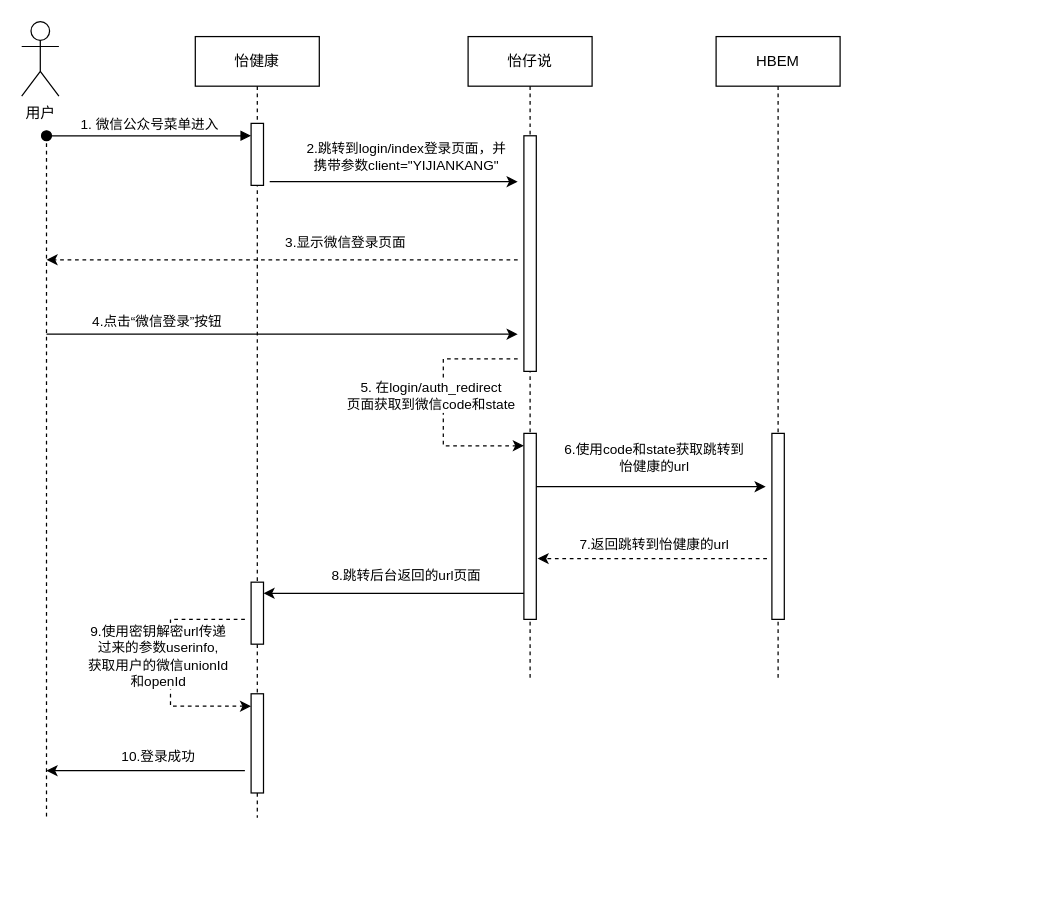
Above: 怡健康使用怡仔说微信登录流程.drawio in KQLei/diagrams (draw.io), before the change. Source tidied: cells renumbered, new cells numbered last; positions are measured from the earlier drawing's top-left corner, leaving out a move shared by most shapes. Both pictures are drawn from the tidied source at 124%, with x=0, y=0 at pixel (21, 21).
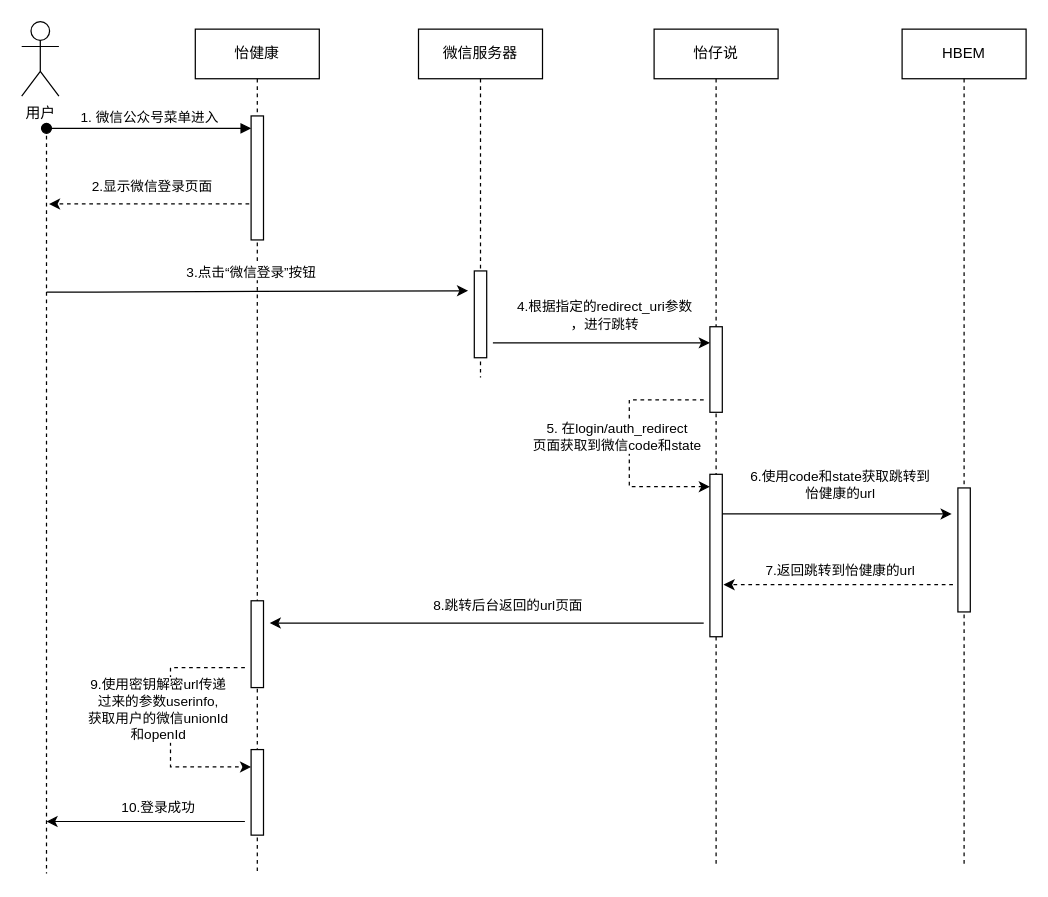
Above is the later version.

Commit message (it also covers changes not shown here):
更新怡健康使用怡仔说微信登录流程.drawio

Change to the diagram source:
```diff
@@
     <mxCell id="2" value="怡仔说" style="shape=umlLifeline;perimeter=lifelinePerimeter;whiteSpace=wrap;html=1;newEdgeStyle={&quot;edgeStyle&quot;:&quot;elbowEdgeStyle&quot;,&quot;elbow&quot;:&quot;vertical&quot;,&quot;curved&quot;:0,&quot;rounded&quot;:0};" parent="1" vertex="1">
-      <mxGeometry x="360" y="12" width="100" height="520" as="geometry" />
+      <mxGeometry x="510" y="6" width="100" height="675" as="geometry" />
     </mxCell>
     <mxCell id="3" style="html=1;points=[];perimeter=orthogonalPerimeter;outlineConnect=0;targetShapes=umlLifeline;portConstraint=eastwest;newEdgeStyle={&quot;edgeStyle&quot;:&quot;elbowEdgeStyle&quot;,&quot;elbow&quot;:&quot;vertical&quot;,&quot;curved&quot;:0,&quot;rounded&quot;:0};" parent="2" vertex="1">
-      <mxGeometry x="45" y="80" width="10" height="190" as="geometry" />
+      <mxGeometry x="45" y="240" width="10" height="69" as="geometry" />
     </mxCell>
     <mxCell id="4" style="html=1;points=[];perimeter=orthogonalPerimeter;outlineConnect=0;targetShapes=umlLifeline;portConstraint=eastwest;newEdgeStyle={&quot;edgeStyle&quot;:&quot;elbowEdgeStyle&quot;,&quot;elbow&quot;:&quot;vertical&quot;,&quot;curved&quot;:0,&quot;rounded&quot;:0};" parent="2" vertex="1">
-      <mxGeometry x="45" y="320" width="10" height="150" as="geometry" />
+      <mxGeometry x="45" y="359" width="10" height="131" as="geometry" />
     </mxCell>
     <mxCell id="5" value="5. 在login/auth_redirect&lt;br&gt;页面获取到微信code和state" style="endArrow=classic;html=1;rounded=0;dashed=1;" parent="2" edge="1" target="4">
       <mxGeometry x="-0.08" y="-10" relative="1" as="geometry">
-        <mxPoint x="40" y="260" as="sourcePoint" />
+        <mxPoint x="40" y="299" as="sourcePoint" />
         <Array as="points">
-          <mxPoint x="-20" y="260" />
-          <mxPoint x="-20" y="290" />
-          <mxPoint x="-20" y="330" />
+          <mxPoint x="-20" y="299" />
+          <mxPoint x="-20" y="329" />
+          <mxPoint x="-20" y="369" />
         </Array>
       </mxGeometry>
     </mxCell>
     <mxCell id="6" value="HBEM" style="shape=umlLifeline;perimeter=lifelinePerimeter;whiteSpace=wrap;html=1;newEdgeStyle={&quot;edgeStyle&quot;:&quot;elbowEdgeStyle&quot;,&quot;elbow&quot;:&quot;vertical&quot;,&quot;curved&quot;:0,&quot;rounded&quot;:0};" parent="1" vertex="1">
-      <mxGeometry x="560" y="12" width="100" height="520" as="geometry" />
+      <mxGeometry x="710" y="6" width="100" height="675" as="geometry" />
     </mxCell>
     <mxCell id="7" style="html=1;perimeter=orthogonalPerimeter;targetShapes=umlLifeline;newEdgeStyle={&quot;edgeStyle&quot;:&quot;elbowEdgeStyle&quot;,&quot;elbow&quot;:&quot;vertical&quot;,&quot;curved&quot;:0,&quot;rounded&quot;:0};" parent="6" vertex="1">
-      <mxGeometry x="45" y="320" width="10" height="150" as="geometry" />
+      <mxGeometry x="45" y="370" width="10" height="100" as="geometry" />
     </mxCell>
     <mxCell id="8" style="edgeStyle=orthogonalEdgeStyle;rounded=0;orthogonalLoop=1;jettySize=auto;html=1;dashed=1;endArrow=none;endFill=0;" parent="1" edge="1">
       <mxGeometry relative="1" as="geometry">
         <mxPoint x="20" y="92" as="sourcePoint" />
-        <mxPoint x="20" y="642" as="targetPoint" />
+        <mxPoint x="20" y="687" as="targetPoint" />
       </mxGeometry>
     </mxCell>
@@
-    <mxCell id="10" style="endArrow=classic;html=1;rounded=0;dashed=1;" parent="1" edge="1">
+    <mxCell id="10" style="endArrow=classic;html=1;rounded=0;dashed=1;" parent="1" edge="1" source="13">
       <mxGeometry relative="1" as="geometry">
-        <mxPoint x="400" y="192" as="sourcePoint" />
-        <mxPoint x="20" y="192" as="targetPoint" />
+        <mxPoint x="22" y="147" as="targetPoint" />
       </mxGeometry>
     </mxCell>
-    <mxCell id="11" value="3.显示微信登录页面" style="edgeLabel;html=1;align=center;verticalAlign=middle;" parent="10" vertex="1">
+    <mxCell id="11" value="2.显示微信登录页面" style="edgeLabel;html=1;align=center;verticalAlign=middle;" parent="10" vertex="1">
       <mxGeometry x="-0.48" y="-4" relative="1" as="geometry">
         <mxPoint x="-41" y="-11" as="offset" />
       </mxGeometry>
     </mxCell>
-    <mxCell id="12" value="2.跳转到login/index登录页面，并&lt;br&gt;携带参数client=&quot;YIJIANKANG&quot;" style="endArrow=classic;html=1;rounded=0;" parent="1" edge="1">
-      <mxGeometry x="0.1" y="20" relative="1" as="geometry">
-        <mxPoint x="200" y="129" as="sourcePoint" />
-        <mxPoint x="400" y="129" as="targetPoint" />
-        <Array as="points">
-          <mxPoint x="290" y="129" />
-        </Array>
-      </mxGeometry>
-    </mxCell>
     <mxCell id="13" value="怡健康" style="shape=umlLifeline;perimeter=lifelinePerimeter;whiteSpace=wrap;html=1;outlineConnect=0;portConstraint=eastwest;newEdgeStyle={&quot;edgeStyle&quot;:&quot;elbowEdgeStyle&quot;,&quot;elbow&quot;:&quot;vertical&quot;,&quot;curved&quot;:0,&quot;rounded&quot;:0};" parent="1" vertex="1">
-      <mxGeometry x="140" y="12" width="100" height="630" as="geometry" />
+      <mxGeometry x="140" y="6" width="100" height="681" as="geometry" />
     </mxCell>
     <mxCell id="14" style="html=1;points=[];perimeter=orthogonalPerimeter;outlineConnect=0;targetShapes=umlLifeline;portConstraint=eastwest;newEdgeStyle={&quot;edgeStyle&quot;:&quot;elbowEdgeStyle&quot;,&quot;elbow&quot;:&quot;vertical&quot;,&quot;curved&quot;:0,&quot;rounded&quot;:0};" parent="13" vertex="1">
-      <mxGeometry x="45" y="70" width="10" height="50" as="geometry" />
+      <mxGeometry x="45" y="70" width="10" height="100" as="geometry" />
     </mxCell>
@@
     <mxCell id="16" style="html=1;perimeter=orthogonalPerimeter;targetShapes=umlLifeline;newEdgeStyle={&quot;edgeStyle&quot;:&quot;elbowEdgeStyle&quot;,&quot;elbow&quot;:&quot;vertical&quot;,&quot;curved&quot;:0,&quot;rounded&quot;:0};" parent="13" vertex="1">
-      <mxGeometry x="45" y="440" width="10" height="50" as="geometry" />
+      <mxGeometry x="45" y="461" width="10" height="70" as="geometry" />
     </mxCell>
     <mxCell id="17" style="html=1;perimeter=orthogonalPerimeter;targetShapes=umlLifeline;newEdgeStyle={&quot;edgeStyle&quot;:&quot;elbowEdgeStyle&quot;,&quot;elbow&quot;:&quot;vertical&quot;,&quot;curved&quot;:0,&quot;rounded&quot;:0};" parent="13" vertex="1">
-      <mxGeometry x="45" y="530" width="10" height="80" as="geometry" />
+      <mxGeometry x="45" y="581" width="10" height="69" as="geometry" />
     </mxCell>
-    <mxCell id="18" value="4.点击“微信登录”按钮" style="endArrow=classic;html=1;rounded=0;" parent="1" edge="1">
-      <mxGeometry x="-0.53" y="10" relative="1" as="geometry">
-        <mxPoint x="20" y="252" as="sourcePoint" />
-        <mxPoint x="400" y="252" as="targetPoint" />
+    <mxCell id="18" value="3.点击“微信登录”按钮" style="endArrow=classic;html=1;rounded=0;" parent="1" edge="1">
+      <mxGeometry x="-0.03" y="16" relative="1" as="geometry">
+        <mxPoint x="20" y="218" as="sourcePoint" />
+        <mxPoint x="360" y="217" as="targetPoint" />
         <Array as="points">
-          <mxPoint x="60" y="252" />
-          <mxPoint x="290" y="252" />
+          <mxPoint x="60" y="218" />
         </Array>
       </mxGeometry>
     </mxCell>
     <mxCell id="19" value="6.使用code和state获取跳转到&lt;br&gt;怡健康的url" style="endArrow=classic;html=1;rounded=0;" parent="1" edge="1">
       <mxGeometry x="0.03" y="23" relative="1" as="geometry">
-        <mxPoint x="415" y="375" as="sourcePoint" />
-        <mxPoint x="600" y="375" as="targetPoint" />
+        <mxPoint x="565" y="397" as="sourcePoint" />
+        <mxPoint x="750" y="397" as="targetPoint" />
         <Array as="points">
-          <mxPoint x="480" y="375" />
+          <mxPoint x="630" y="397" />
         </Array>
       </mxGeometry>
     </mxCell>
     <mxCell id="20" value="7.返回跳转到怡健康的url" style="endArrow=classic;html=1;rounded=0;dashed=1;" parent="1" edge="1">
       <mxGeometry x="-0.02" y="-11" relative="1" as="geometry">
-        <mxPoint x="601" y="433" as="sourcePoint" />
-        <mxPoint x="416" y="433" as="targetPoint" />
+        <mxPoint x="751" y="454" as="sourcePoint" />
+        <mxPoint x="566" y="454" as="targetPoint" />
       </mxGeometry>
     </mxCell>
     <mxCell id="21" value="8.跳转后台返回的url页面" style="endArrow=classic;html=1;rounded=0;" parent="1" edge="1">
       <mxGeometry x="-0.1" y="-14" relative="1" as="geometry">
-        <mxPoint x="405" y="461" as="sourcePoint" />
-        <mxPoint x="195" y="461" as="targetPoint" />
+        <mxPoint x="550" y="485" as="sourcePoint" />
+        <mxPoint x="200" y="485" as="targetPoint" />
       </mxGeometry>
     </mxCell>
     <mxCell id="22" value="9.使用密钥解密url传递&lt;br&gt;过来的参数userinfo,&lt;br&gt;获取用户的微信unionId&lt;br&gt;和openId" style="endArrow=classic;html=1;rounded=0;dashed=1;" parent="1" edge="1">
       <mxGeometry x="-0.08" y="-10" relative="1" as="geometry">
-        <mxPoint x="180" y="482" as="sourcePoint" />
-        <mxPoint x="185" y="552" as="targetPoint" />
+        <mxPoint x="180" y="521" as="sourcePoint" />
+        <mxPoint x="185" y="601" as="targetPoint" />
         <Array as="points">
-          <mxPoint x="120" y="482" />
-          <mxPoint x="120" y="512" />
-          <mxPoint x="120" y="552" />
+          <mxPoint x="170" y="521" />
+          <mxPoint x="150" y="521" />
+          <mxPoint x="120" y="521" />
+          <mxPoint x="120" y="561" />
+          <mxPoint x="120" y="601" />
         </Array>
       </mxGeometry>
     </mxCell>
     <mxCell id="23" style="endArrow=classic;html=1;rounded=0;" parent="1" edge="1">
       <mxGeometry relative="1" as="geometry">
-        <mxPoint x="180" y="604" as="sourcePoint" />
-        <mxPoint x="20" y="604" as="targetPoint" />
+        <mxPoint x="180" y="645" as="sourcePoint" />
+        <mxPoint x="20" y="645" as="targetPoint" />
       </mxGeometry>
     </mxCell>
@@
+    <mxCell id="25" value="微信服务器" style="shape=umlLifeline;perimeter=lifelinePerimeter;whiteSpace=wrap;html=1;newEdgeStyle={&quot;edgeStyle&quot;:&quot;elbowEdgeStyle&quot;,&quot;elbow&quot;:&quot;vertical&quot;,&quot;curved&quot;:0,&quot;rounded&quot;:0};" parent="1" vertex="1">
+      <mxGeometry x="320" y="6" width="100" height="281" as="geometry" />
+    </mxCell>
+    <mxCell id="26" style="html=1;perimeter=orthogonalPerimeter;targetShapes=umlLifeline;newEdgeStyle={&quot;edgeStyle&quot;:&quot;elbowEdgeStyle&quot;,&quot;elbow&quot;:&quot;vertical&quot;,&quot;curved&quot;:0,&quot;rounded&quot;:0};" parent="25" vertex="1">
+      <mxGeometry x="45" y="195" width="10" height="70" as="geometry" />
+    </mxCell>
+    <mxCell id="27" value="4.根据指定的redirect_uri参数&lt;br&gt;，进行跳转" style="endArrow=classic;html=1;rounded=0;" parent="1" edge="1" target="3">
+      <mxGeometry x="0.03" y="22" relative="1" as="geometry">
+        <mxPoint x="380" y="259" as="sourcePoint" />
+      </mxGeometry>
+    </mxCell>
```
